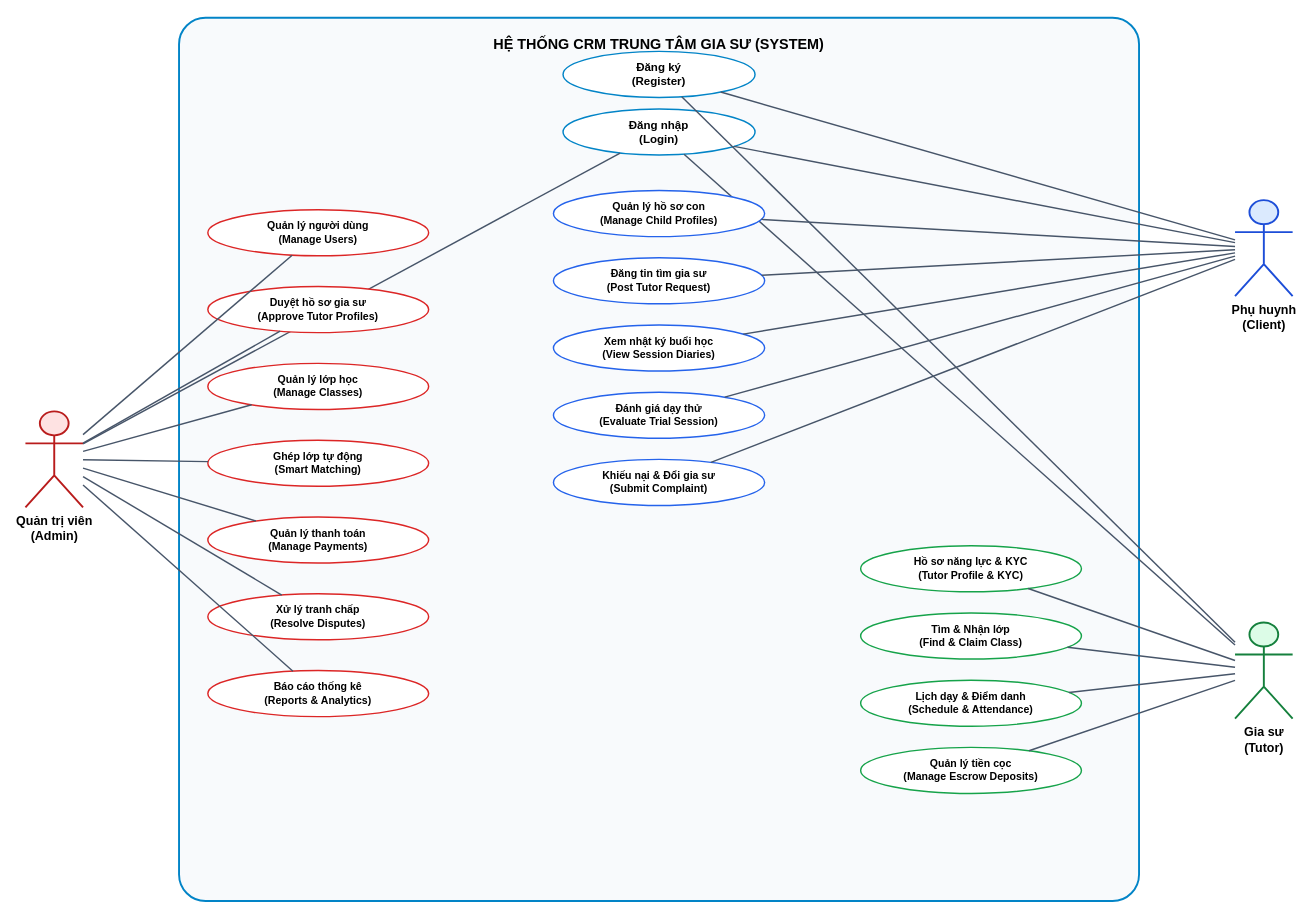
Earlier version of the draw.io diagram BieuDo_UseCase_TongQuat_CRMGiaSu.drawio (dung-0109/DATN_CRM_GIA_SU). Source tidied: cells renumbered, new cells numbered last; positions are measured from the earlier drawing's top-left corner, leaving out a move shared by most shapes. Both pictures are drawn from the tidied source at 96%, with x=0, y=0 at pixel (25, 17).
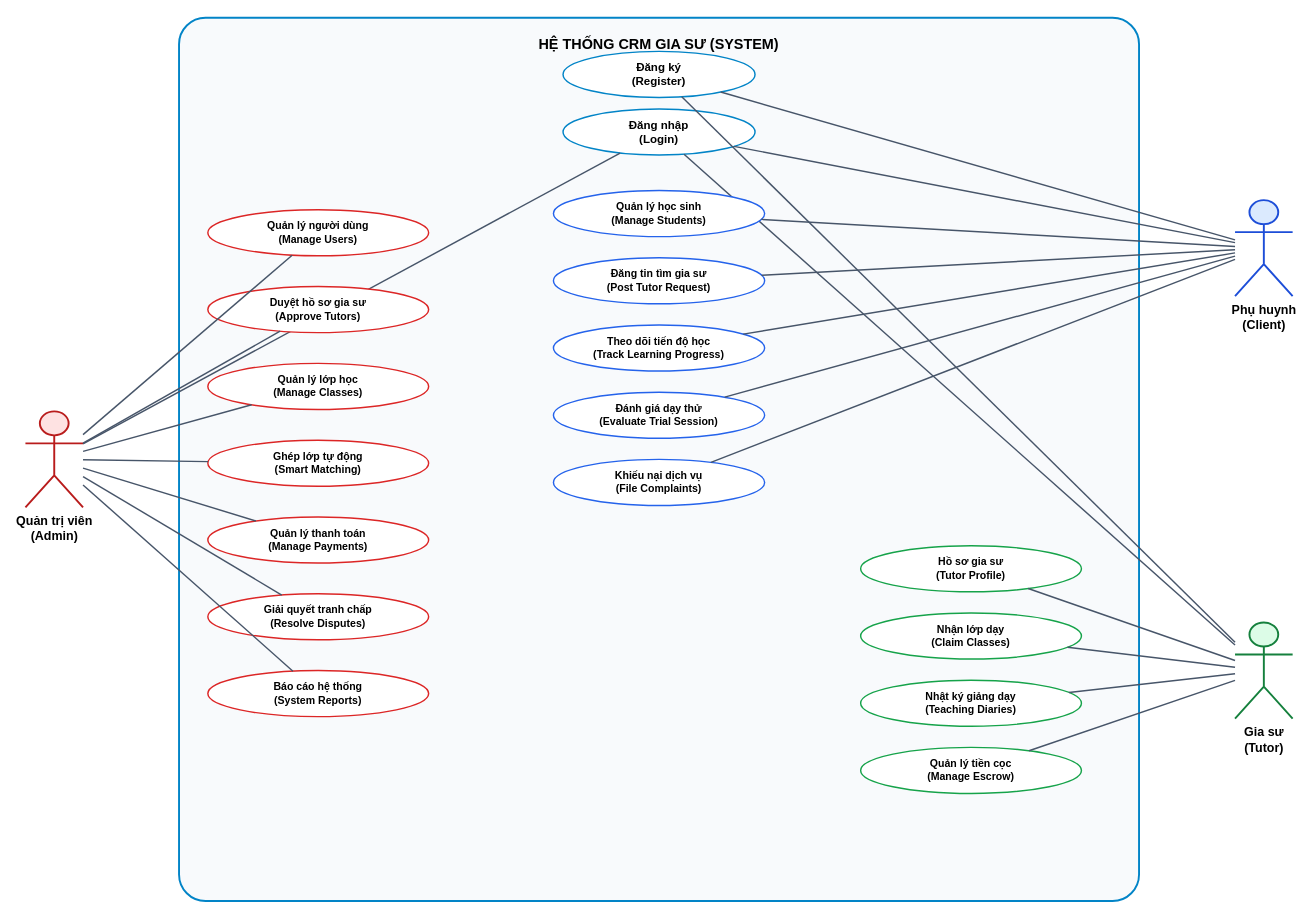
The same page after the edit.

Commit message (it also covers changes not shown here):
refactor: loai bo hoan toan lien tu va/&, chuan hoa ten Use Case don nhat

Diff of the diagram source:
```diff
@@
-    <mxCell id="2" value="HỆ THỐNG CRM TRUNG TÂM GIA SƯ (SYSTEM)" style="rounded=1;whiteSpace=wrap;html=1;arcSize=3;align=center;verticalAlign=top;fontSize=15;fontStyle=1;spacingTop=12;fillColor=#f8fafc;strokeColor=#0284c7;strokeWidth=2;" parent="1" vertex="1">
+    <mxCell id="2" value="HỆ THỐNG CRM GIA SƯ (SYSTEM)" style="rounded=1;whiteSpace=wrap;html=1;arcSize=3;align=center;verticalAlign=top;fontSize=15;fontStyle=1;spacingTop=12;fillColor=#f8fafc;strokeColor=#0284c7;strokeWidth=2;" parent="1" vertex="1">
       <mxGeometry x="160" width="1000" height="920" as="geometry" />
     </mxCell>
@@
-    <mxCell id="14" value="Duyệt hồ sơ gia sư&#10;(Approve Tutor Profiles)" style="ellipse;whiteSpace=wrap;html=1;fontSize=11;fontStyle=1;fillColor=#ffffff;strokeColor=#dc2626;strokeWidth=1.5;" parent="1" vertex="1">
+    <mxCell id="14" value="Duyệt hồ sơ gia sư&#10;(Approve Tutors)" style="ellipse;whiteSpace=wrap;html=1;fontSize=11;fontStyle=1;fillColor=#ffffff;strokeColor=#dc2626;strokeWidth=1.5;" parent="1" vertex="1">
       <mxGeometry x="190" y="280" width="230" height="48" as="geometry" />
     </mxCell>
@@
-    <mxCell id="18" value="Xử lý tranh chấp&#10;(Resolve Disputes)" style="ellipse;whiteSpace=wrap;html=1;fontSize=11;fontStyle=1;fillColor=#ffffff;strokeColor=#dc2626;strokeWidth=1.5;" parent="1" vertex="1">
+    <mxCell id="18" value="Giải quyết tranh chấp&#10;(Resolve Disputes)" style="ellipse;whiteSpace=wrap;html=1;fontSize=11;fontStyle=1;fillColor=#ffffff;strokeColor=#dc2626;strokeWidth=1.5;" parent="1" vertex="1">
       <mxGeometry x="190" y="600" width="230" height="48" as="geometry" />
     </mxCell>
-    <mxCell id="19" value="Báo cáo thống kê&#10;(Reports &amp;amp; Analytics)" style="ellipse;whiteSpace=wrap;html=1;fontSize=11;fontStyle=1;fillColor=#ffffff;strokeColor=#dc2626;strokeWidth=1.5;" parent="1" vertex="1">
+    <mxCell id="19" value="Báo cáo hệ thống&#10;(System Reports)" style="ellipse;whiteSpace=wrap;html=1;fontSize=11;fontStyle=1;fillColor=#ffffff;strokeColor=#dc2626;strokeWidth=1.5;" parent="1" vertex="1">
       <mxGeometry x="190" y="680" width="230" height="48" as="geometry" />
     </mxCell>
@@
-    <mxCell id="27" value="Quản lý hồ sơ con&#10;(Manage Child Profiles)" style="ellipse;whiteSpace=wrap;html=1;fontSize=11;fontStyle=1;fillColor=#ffffff;strokeColor=#2563eb;strokeWidth=1.5;" parent="1" vertex="1">
+    <mxCell id="27" value="Quản lý học sinh&#10;(Manage Students)" style="ellipse;whiteSpace=wrap;html=1;fontSize=11;fontStyle=1;fillColor=#ffffff;strokeColor=#2563eb;strokeWidth=1.5;" parent="1" vertex="1">
       <mxGeometry x="550" y="180" width="220" height="48" as="geometry" />
     </mxCell>
@@
-    <mxCell id="29" value="Xem nhật ký buổi học&#10;(View Session Diaries)" style="ellipse;whiteSpace=wrap;html=1;fontSize=11;fontStyle=1;fillColor=#ffffff;strokeColor=#2563eb;strokeWidth=1.5;" parent="1" vertex="1">
+    <mxCell id="29" value="Theo dõi tiến độ học&#10;(Track Learning Progress)" style="ellipse;whiteSpace=wrap;html=1;fontSize=11;fontStyle=1;fillColor=#ffffff;strokeColor=#2563eb;strokeWidth=1.5;" parent="1" vertex="1">
       <mxGeometry x="550" y="320" width="220" height="48" as="geometry" />
     </mxCell>
@@
-    <mxCell id="31" value="Khiếu nại &amp;amp; Đổi gia sư&#10;(Submit Complaint)" style="ellipse;whiteSpace=wrap;html=1;fontSize=11;fontStyle=1;fillColor=#ffffff;strokeColor=#2563eb;strokeWidth=1.5;" parent="1" vertex="1">
+    <mxCell id="31" value="Khiếu nại dịch vụ&#10;(File Complaints)" style="ellipse;whiteSpace=wrap;html=1;fontSize=11;fontStyle=1;fillColor=#ffffff;strokeColor=#2563eb;strokeWidth=1.5;" parent="1" vertex="1">
       <mxGeometry x="550" y="460" width="220" height="48" as="geometry" />
     </mxCell>
@@
-    <mxCell id="37" value="Hồ sơ năng lực &amp;amp; KYC&#10;(Tutor Profile &amp;amp; KYC)" style="ellipse;whiteSpace=wrap;html=1;fontSize=11;fontStyle=1;fillColor=#ffffff;strokeColor=#16a34a;strokeWidth=1.5;" parent="1" vertex="1">
+    <mxCell id="37" value="Hồ sơ gia sư&#10;(Tutor Profile)" style="ellipse;whiteSpace=wrap;html=1;fontSize=11;fontStyle=1;fillColor=#ffffff;strokeColor=#16a34a;strokeWidth=1.5;" parent="1" vertex="1">
       <mxGeometry x="870" y="550" width="230" height="48" as="geometry" />
     </mxCell>
-    <mxCell id="38" value="Tìm &amp;amp; Nhận lớp&#10;(Find &amp;amp; Claim Class)" style="ellipse;whiteSpace=wrap;html=1;fontSize=11;fontStyle=1;fillColor=#ffffff;strokeColor=#16a34a;strokeWidth=1.5;" parent="1" vertex="1">
+    <mxCell id="38" value="Nhận lớp dạy&#10;(Claim Classes)" style="ellipse;whiteSpace=wrap;html=1;fontSize=11;fontStyle=1;fillColor=#ffffff;strokeColor=#16a34a;strokeWidth=1.5;" parent="1" vertex="1">
       <mxGeometry x="870" y="620" width="230" height="48" as="geometry" />
     </mxCell>
-    <mxCell id="39" value="Lịch dạy &amp;amp; Điểm danh&#10;(Schedule &amp;amp; Attendance)" style="ellipse;whiteSpace=wrap;html=1;fontSize=11;fontStyle=1;fillColor=#ffffff;strokeColor=#16a34a;strokeWidth=1.5;" parent="1" vertex="1">
+    <mxCell id="39" value="Nhật ký giảng dạy&#10;(Teaching Diaries)" style="ellipse;whiteSpace=wrap;html=1;fontSize=11;fontStyle=1;fillColor=#ffffff;strokeColor=#16a34a;strokeWidth=1.5;" parent="1" vertex="1">
       <mxGeometry x="870" y="690" width="230" height="48" as="geometry" />
     </mxCell>
-    <mxCell id="40" value="Quản lý tiền cọc&#10;(Manage Escrow Deposits)" style="ellipse;whiteSpace=wrap;html=1;fontSize=11;fontStyle=1;fillColor=#ffffff;strokeColor=#16a34a;strokeWidth=1.5;" parent="1" vertex="1">
+    <mxCell id="40" value="Quản lý tiền cọc&#10;(Manage Escrow)" style="ellipse;whiteSpace=wrap;html=1;fontSize=11;fontStyle=1;fillColor=#ffffff;strokeColor=#16a34a;strokeWidth=1.5;" parent="1" vertex="1">
       <mxGeometry x="870" y="760" width="230" height="48" as="geometry" />
     </mxCell>
```
